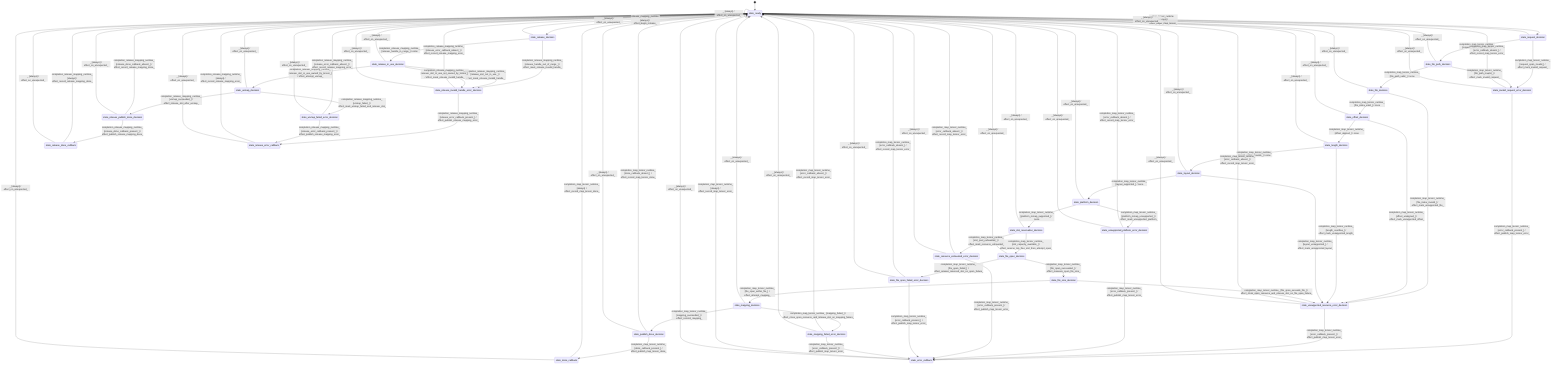
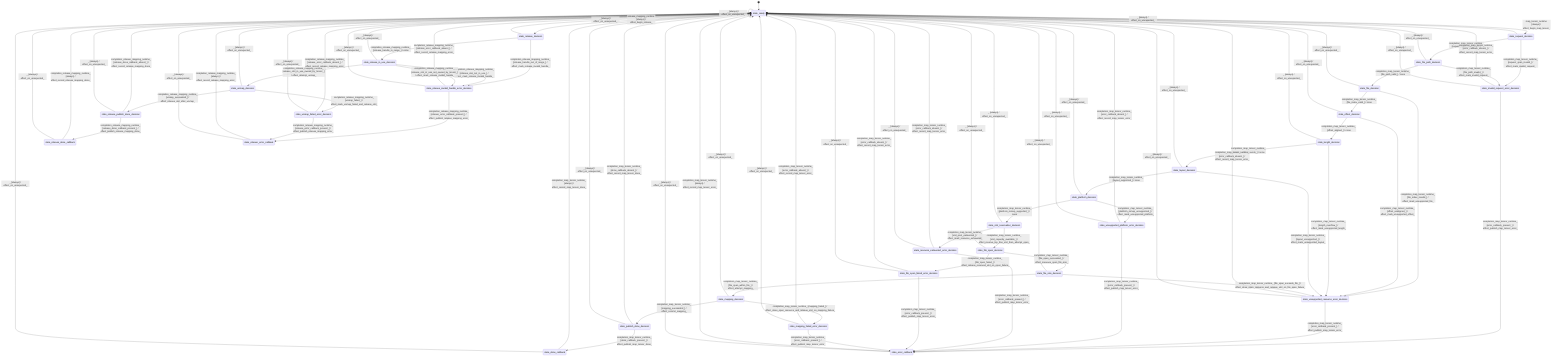
stateDiagram-v2
  direction TB
  [*] --> state_ready
  state_ready --> state_request_decision : map_tensor_runtime [always] / effect_begin_map_tensor_
  state_request_decision --> state_file_path_decision : completion_map_tensor_runtime_ [request_span_valid_] / none
  state_request_decision --> state_invalid_request_error_decision : completion_map_tensor_runtime_ [request_span_invalid_] / effect_mark_invalid_request_
  state_file_path_decision --> state_file_decision : completion_map_tensor_runtime_ [file_path_valid_] / none
  state_file_path_decision --> state_invalid_request_error_decision : completion_map_tensor_runtime_ [file_path_invalid_] / effect_mark_invalid_request_
  state_file_decision --> state_offset_decision : completion_map_tensor_runtime_ [file_index_valid_] / none
  state_file_decision --> state_unsupported_resource_error_decision : completion_map_tensor_runtime_ [file_index_invalid_] / effect_mark_unsupported_file_
  state_offset_decision --> state_length_decision : completion_map_tensor_runtime_ [offset_aligned_] / none
  state_offset_decision --> state_unsupported_resource_error_decision : completion_map_tensor_runtime_ [offset_unaligned_] / effect_mark_unsupported_offset_
  state_length_decision --> state_layout_decision : completion_map_tensor_runtime_ [length_within_bounds_] / none
  state_length_decision --> state_unsupported_resource_error_decision : completion_map_tensor_runtime_ [length_overflow_] / effect_mark_unsupported_length_
  state_layout_decision --> state_platform_decision : completion_map_tensor_runtime_ [layout_supported_] / none
  state_layout_decision --> state_unsupported_resource_error_decision : completion_map_tensor_runtime_ [layout_unsupported_] / effect_mark_unsupported_layout_
  state_platform_decision --> state_slot_reservation_decision : completion_map_tensor_runtime_ [platform_mmap_supported_] / none
  state_platform_decision --> state_unsupported_platform_error_decision : completion_map_tensor_runtime_ [platform_mmap_unsupported_] / effect_mark_unsupported_platform_
  state_slot_reservation_decision --> state_file_open_decision : completion_map_tensor_runtime_ [slot_capacity_available_] / effect_reserve_top_free_slot_then_attempt_open_
  state_slot_reservation_decision --> state_resource_exhausted_error_decision : completion_map_tensor_runtime_ [slot_pool_exhausted_] / effect_mark_resource_exhausted_
  state_file_open_decision --> state_file_size_decision : completion_map_tensor_runtime_ [file_open_succeeded_] / effect_measure_open_file_size_
  state_file_open_decision --> state_file_open_failed_error_decision : completion_map_tensor_runtime_ [file_open_failed_] / effect_release_reserved_slot_on_open_failure_
  state_file_size_decision --> state_mapping_decision : completion_map_tensor_runtime_ [file_span_within_file_] / effect_attempt_mapping_
  state_file_size_decision --> state_unsupported_resource_error_decision : completion_map_tensor_runtime_ [file_span_exceeds_file_] / effect_close_open_resource_and_release_slot_on_file_span_failure_
  state_mapping_decision --> state_publish_done_decision : completion_map_tensor_runtime_ [mapping_succeeded_] / effect_commit_mapping_
  state_mapping_decision --> state_mapping_failed_error_decision : completion_map_tensor_runtime_ [mapping_failed_] / effect_close_open_resource_and_release_slot_on_mapping_failure_
  state_publish_done_decision --> state_done_callback : completion_map_tensor_runtime_ [done_callback_present_] / effect_publish_map_tensor_done_
  state_publish_done_decision --> state_ready : completion_map_tensor_runtime_ [done_callback_absent_] / effect_record_map_tensor_done_
  state_done_callback --> state_ready : completion_map_tensor_runtime_ [always] / effect_record_map_tensor_done_
  state_invalid_request_error_decision --> state_error_callback : completion_map_tensor_runtime_ [error_callback_present_] / effect_publish_map_tensor_error_
  state_invalid_request_error_decision --> state_ready : completion_map_tensor_runtime_ [error_callback_absent_] / effect_record_map_tensor_error_
  state_unsupported_resource_error_decision --> state_error_callback : completion_map_tensor_runtime_ [error_callback_present_] / effect_publish_map_tensor_error_
  state_unsupported_resource_error_decision --> state_ready : completion_map_tensor_runtime_ [error_callback_absent_] / effect_record_map_tensor_error_
  state_unsupported_platform_error_decision --> state_error_callback : completion_map_tensor_runtime_ [error_callback_present_] / effect_publish_map_tensor_error_
  state_unsupported_platform_error_decision --> state_ready : completion_map_tensor_runtime_ [error_callback_absent_] / effect_record_map_tensor_error_
  state_resource_exhausted_error_decision --> state_error_callback : completion_map_tensor_runtime_ [error_callback_present_] / effect_publish_map_tensor_error_
  state_resource_exhausted_error_decision --> state_ready : completion_map_tensor_runtime_ [error_callback_absent_] / effect_record_map_tensor_error_
  state_file_open_failed_error_decision --> state_error_callback : completion_map_tensor_runtime_ [error_callback_present_] / effect_publish_map_tensor_error_
  state_file_open_failed_error_decision --> state_ready : completion_map_tensor_runtime_ [error_callback_absent_] / effect_record_map_tensor_error_
  state_mapping_failed_error_decision --> state_error_callback : completion_map_tensor_runtime_ [error_callback_present_] / effect_publish_map_tensor_error_
  state_mapping_failed_error_decision --> state_ready : completion_map_tensor_runtime_ [error_callback_absent_] / effect_record_map_tensor_error_
  state_error_callback --> state_ready : completion_map_tensor_runtime_ [always] / effect_record_map_tensor_error_
  state_ready --> state_release_decision : release_mapping_runtime [always] / effect_begin_release_
  state_release_decision --> state_release_in_use_decision : completion_release_mapping_runtime_ [release_handle_in_range_] / none
  state_release_decision --> state_release_invalid_handle_error_decision : completion_release_mapping_runtime_ [release_handle_out_of_range_] / effect_mark_release_invalid_handle_
  state_release_in_use_decision --> state_unmap_decision : completion_release_mapping_runtime_ [release_slot_in_use_owned_by_tensor_] / effect_attempt_unmap_
  state_release_in_use_decision --> state_release_invalid_handle_error_decision : completion_release_mapping_runtime_ [release_slot_not_in_use_] / effect_mark_release_invalid_handle_
  state_release_in_use_decision --> state_release_invalid_handle_error_decision : completion_release_mapping_runtime_ [release_slot_in_use_not_owned_by_tensor_] / effect_mark_release_invalid_handle_
  state_unmap_decision --> state_release_publish_done_decision : completion_release_mapping_runtime_ [unmap_succeeded_] / effect_release_slot_after_unmap_
  state_unmap_decision --> state_unmap_failed_error_decision : completion_release_mapping_runtime_ [unmap_failed_] / effect_mark_unmap_failed_and_release_slot_
  state_release_publish_done_decision --> state_release_done_callback : completion_release_mapping_runtime_ [release_done_callback_present_] / effect_publish_release_mapping_done_
  state_release_publish_done_decision --> state_ready : completion_release_mapping_runtime_ [release_done_callback_absent_] / effect_record_release_mapping_done_
  state_release_done_callback --> state_ready : completion_release_mapping_runtime_ [always] / effect_record_release_mapping_done_
  state_release_invalid_handle_error_decision --> state_release_error_callback : completion_release_mapping_runtime_ [release_error_callback_present_] / effect_publish_release_mapping_error_
  state_release_invalid_handle_error_decision --> state_ready : completion_release_mapping_runtime_ [release_error_callback_absent_] / effect_record_release_mapping_error_
  state_unmap_failed_error_decision --> state_release_error_callback : completion_release_mapping_runtime_ [release_error_callback_present_] / effect_publish_release_mapping_error_
  state_unmap_failed_error_decision --> state_ready : completion_release_mapping_runtime_ [release_error_callback_absent_] / effect_record_release_mapping_error_
  state_release_error_callback --> state_ready : completion_release_mapping_runtime_ [always] / effect_record_release_mapping_error_
  state_ready --> state_ready : _ [always] / effect_on_unexpected_
  state_request_decision --> state_ready : _ [always] / effect_on_unexpected_
  state_file_path_decision --> state_ready : _ [always] / effect_on_unexpected_
  state_file_decision --> state_ready : _ [always] / effect_on_unexpected_
  state_offset_decision --> state_ready : _ [always] / effect_on_unexpected_
  state_length_decision --> state_ready : _ [always] / effect_on_unexpected_
  state_layout_decision --> state_ready : _ [always] / effect_on_unexpected_
  state_platform_decision --> state_ready : _ [always] / effect_on_unexpected_
  state_slot_reservation_decision --> state_ready : _ [always] / effect_on_unexpected_
  state_file_open_decision --> state_ready : _ [always] / effect_on_unexpected_
+   state_file_size_decision --> state_ready : _ [always] / effect_on_unexpected_
  state_mapping_decision --> state_ready : _ [always] / effect_on_unexpected_
  state_publish_done_decision --> state_ready : _ [always] / effect_on_unexpected_
  state_done_callback --> state_ready : _ [always] / effect_on_unexpected_
  state_invalid_request_error_decision --> state_ready : _ [always] / effect_on_unexpected_
  state_unsupported_resource_error_decision --> state_ready : _ [always] / effect_on_unexpected_
  state_unsupported_platform_error_decision --> state_ready : _ [always] / effect_on_unexpected_
  state_resource_exhausted_error_decision --> state_ready : _ [always] / effect_on_unexpected_
  state_file_open_failed_error_decision --> state_ready : _ [always] / effect_on_unexpected_
  state_mapping_failed_error_decision --> state_ready : _ [always] / effect_on_unexpected_
  state_error_callback --> state_ready : _ [always] / effect_on_unexpected_
  state_release_decision --> state_ready : _ [always] / effect_on_unexpected_
  state_release_in_use_decision --> state_ready : _ [always] / effect_on_unexpected_
  state_unmap_decision --> state_ready : _ [always] / effect_on_unexpected_
  state_release_publish_done_decision --> state_ready : _ [always] / effect_on_unexpected_
  state_release_done_callback --> state_ready : _ [always] / effect_on_unexpected_
  state_release_invalid_handle_error_decision --> state_ready : _ [always] / effect_on_unexpected_
  state_unmap_failed_error_decision --> state_ready : _ [always] / effect_on_unexpected_
  state_release_error_callback --> state_ready : _ [always] / effect_on_unexpected_
